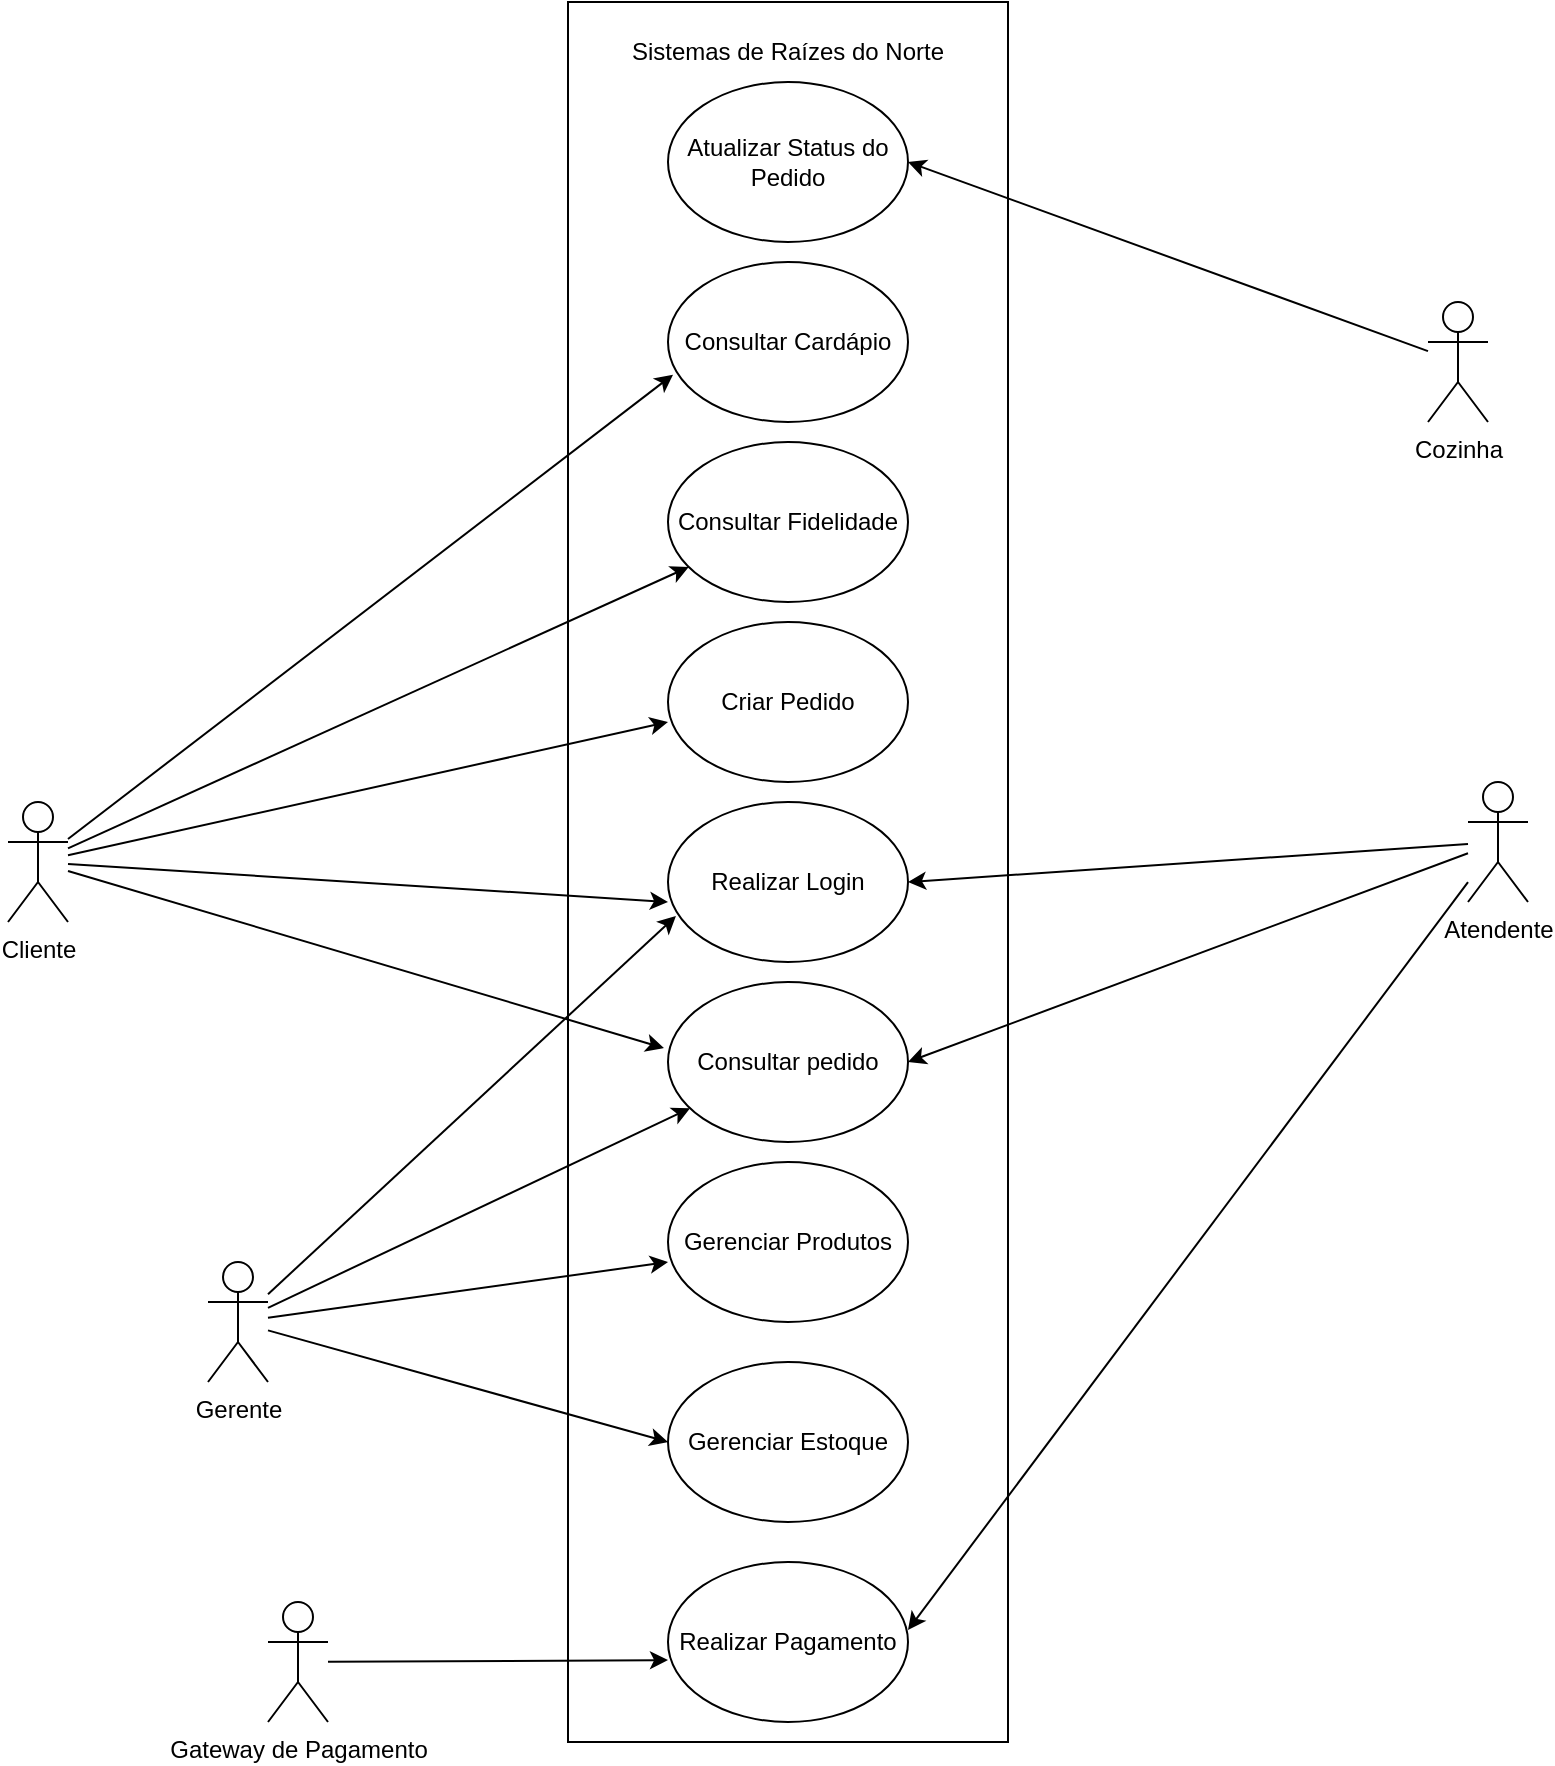
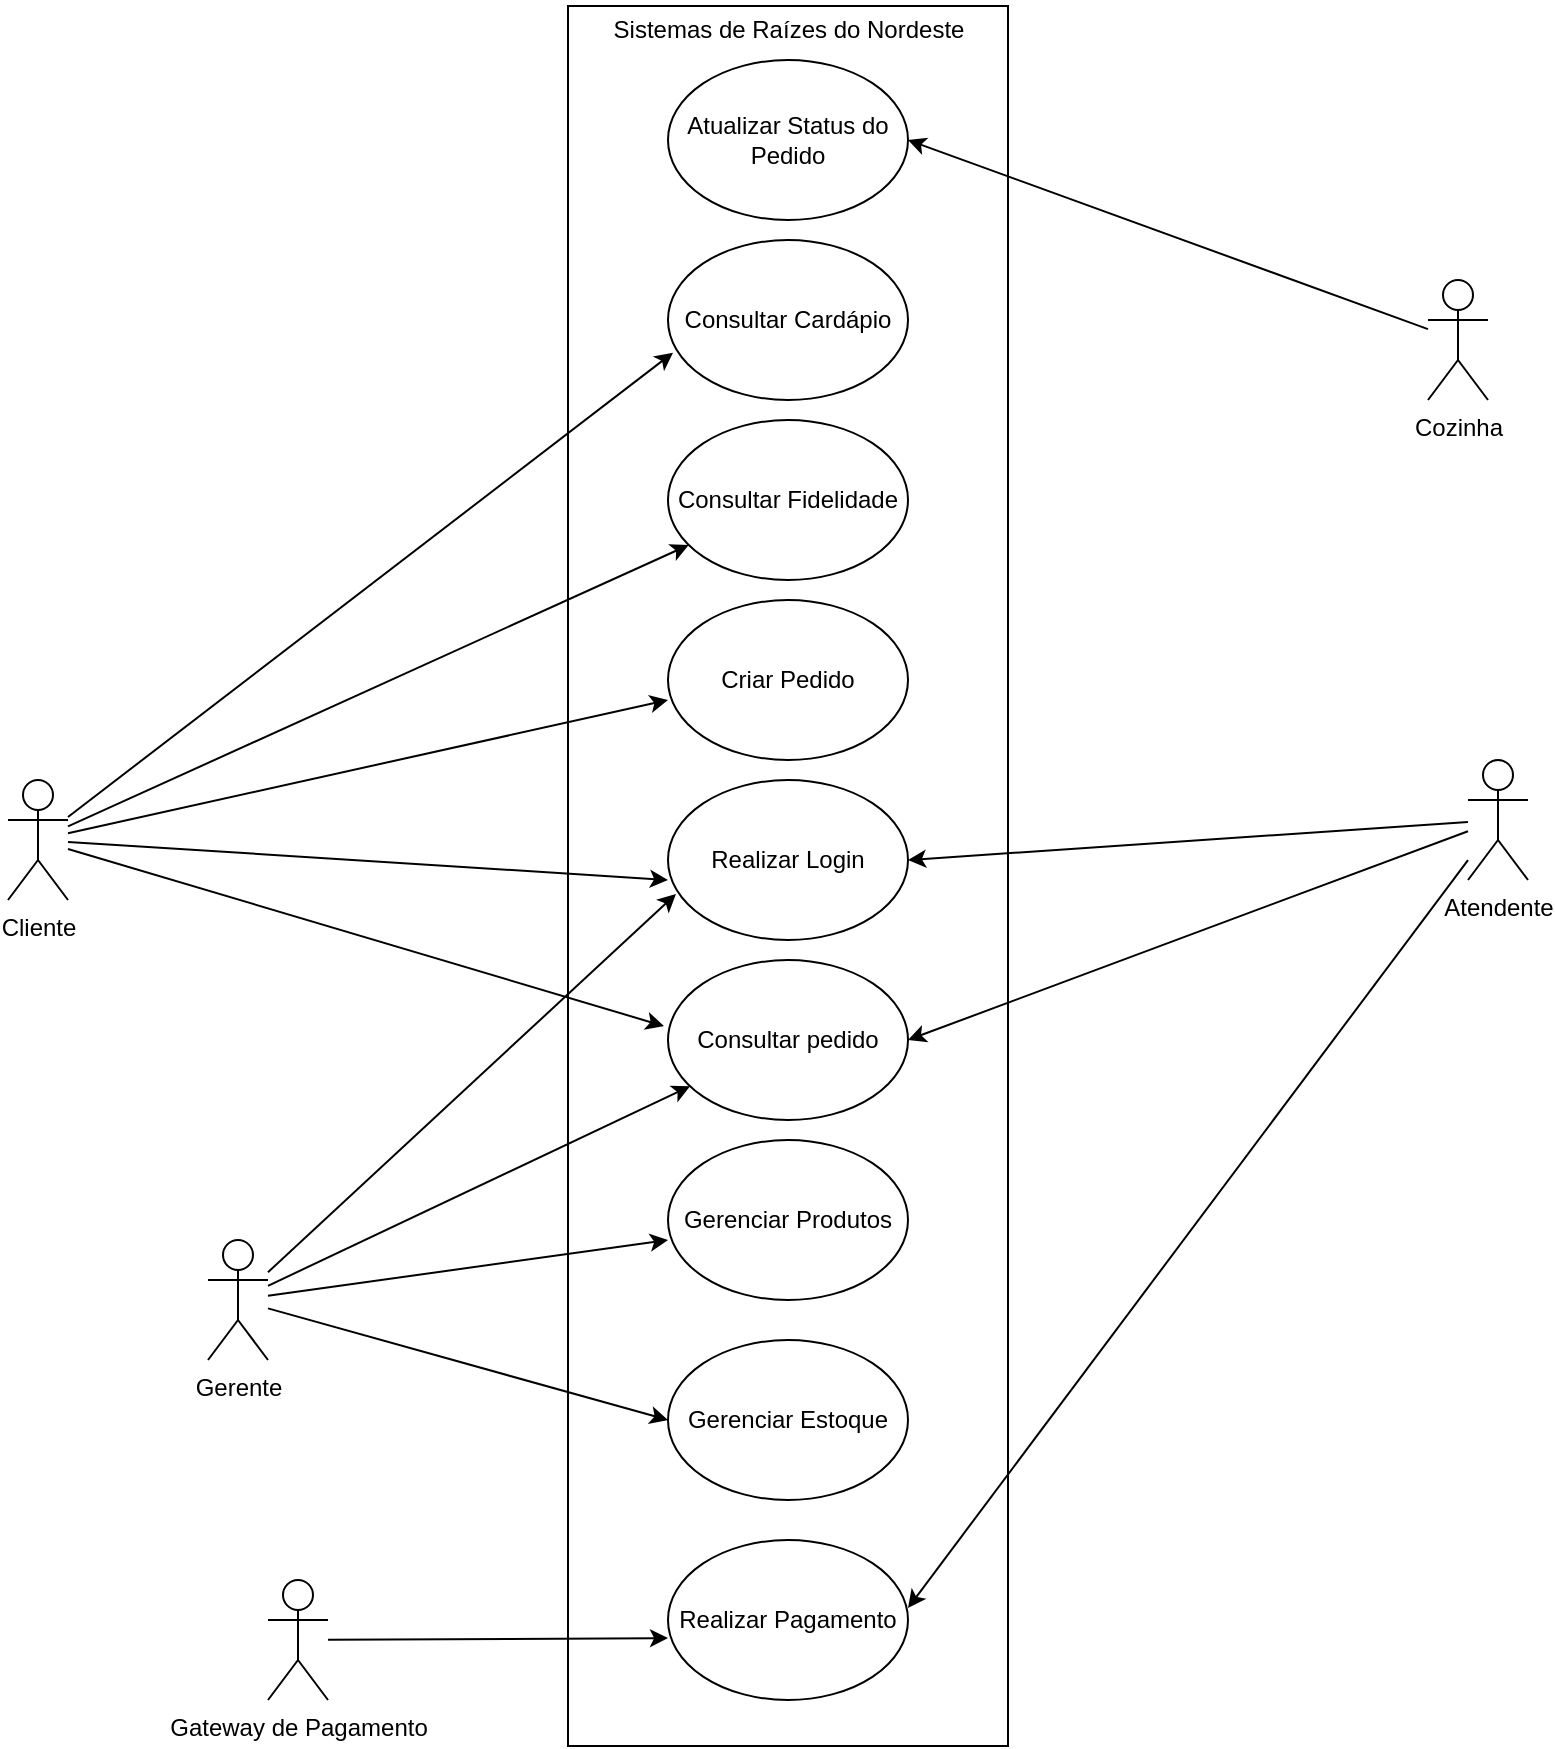
<mxfile host="app.diagrams.net">
-   <diagram name="Página-1" id="48oU1uILm48XRGTgMw3r">
-     <mxGraphModel dx="3423" dy="1975" grid="1" gridSize="10" guides="1" tooltips="1" connect="1" arrows="1" fold="1" page="1" pageScale="1" pageWidth="827" pageHeight="1169" math="0" shadow="0">
+   <diagram id="_4Zprv6gYUtVyUGV6uN4" name="Página-2">
+     <mxGraphModel dx="1956" dy="1081" grid="1" gridSize="10" guides="1" tooltips="1" connect="1" arrows="1" fold="1" page="1" pageScale="1" pageWidth="827" pageHeight="1169" math="0" shadow="0">
      <root>
        <mxCell id="0" />
        <mxCell id="1" parent="0" />
-         <mxCell id="A_rAG8zF1SrUx_MYRsKR-2" parent="1" style="shape=umlActor;verticalLabelPosition=bottom;verticalAlign=top;html=1;outlineConnect=0;" value="Cliente" vertex="1">
-           <mxGeometry height="60" width="30" x="30" y="520" as="geometry" />
+         <mxCell id="YouyUms5pkdNVP0Ta2wm-1" parent="1" style="shape=umlActor;verticalLabelPosition=bottom;verticalAlign=top;html=1;outlineConnect=0;" value="Cliente" vertex="1">
+           <mxGeometry height="60" width="30" x="332" y="957" as="geometry" />
        </mxCell>
-         <mxCell id="A_rAG8zF1SrUx_MYRsKR-3" parent="1" style="shape=umlActor;verticalLabelPosition=bottom;verticalAlign=top;html=1;outlineConnect=0;" value="Atendente" vertex="1">
-           <mxGeometry height="60" width="30" x="760" y="510" as="geometry" />
+         <mxCell id="YouyUms5pkdNVP0Ta2wm-2" parent="1" style="shape=umlActor;verticalLabelPosition=bottom;verticalAlign=top;html=1;outlineConnect=0;" value="Atendente" vertex="1">
+           <mxGeometry height="60" width="30" x="1062" y="947" as="geometry" />
        </mxCell>
-         <mxCell id="A_rAG8zF1SrUx_MYRsKR-8" parent="1" style="shape=umlActor;verticalLabelPosition=bottom;verticalAlign=top;html=1;outlineConnect=0;" value="Gerente" vertex="1">
-           <mxGeometry height="60" width="30" x="130" y="750" as="geometry" />
+         <mxCell id="YouyUms5pkdNVP0Ta2wm-3" parent="1" style="shape=umlActor;verticalLabelPosition=bottom;verticalAlign=top;html=1;outlineConnect=0;" value="Gerente" vertex="1">
+           <mxGeometry height="60" width="30" x="432" y="1187" as="geometry" />
        </mxCell>
-         <mxCell id="A_rAG8zF1SrUx_MYRsKR-11" parent="1" style="ellipse;whiteSpace=wrap;html=1;" value="Realizar Login" vertex="1">
-           <mxGeometry height="80" width="120" x="360" y="520" as="geometry" />
+         <mxCell id="YouyUms5pkdNVP0Ta2wm-4" parent="1" style="ellipse;whiteSpace=wrap;html=1;" value="Realizar Login" vertex="1">
+           <mxGeometry height="80" width="120" x="662" y="957" as="geometry" />
        </mxCell>
-         <mxCell id="A_rAG8zF1SrUx_MYRsKR-13" parent="1" style="ellipse;whiteSpace=wrap;html=1;" value="Consultar pedido" vertex="1">
-           <mxGeometry height="80" width="120" x="360" y="610" as="geometry" />
+         <mxCell id="YouyUms5pkdNVP0Ta2wm-5" parent="1" style="ellipse;whiteSpace=wrap;html=1;" value="Consultar pedido" vertex="1">
+           <mxGeometry height="80" width="120" x="662" y="1047" as="geometry" />
        </mxCell>
-         <mxCell id="A_rAG8zF1SrUx_MYRsKR-14" parent="1" style="ellipse;whiteSpace=wrap;html=1;" value="Criar Pedido" vertex="1">
-           <mxGeometry height="80" width="120" x="360" y="430" as="geometry" />
+         <mxCell id="YouyUms5pkdNVP0Ta2wm-6" parent="1" style="ellipse;whiteSpace=wrap;html=1;" value="Criar Pedido" vertex="1">
+           <mxGeometry height="80" width="120" x="662" y="867" as="geometry" />
        </mxCell>
-         <mxCell id="A_rAG8zF1SrUx_MYRsKR-15" parent="1" style="ellipse;whiteSpace=wrap;html=1;" value="Realizar Pagamento" vertex="1">
-           <mxGeometry height="80" width="120" x="360" y="900" as="geometry" />
+         <mxCell id="YouyUms5pkdNVP0Ta2wm-7" parent="1" style="ellipse;whiteSpace=wrap;html=1;" value="Realizar Pagamento" vertex="1">
+           <mxGeometry height="80" width="120" x="662" y="1337" as="geometry" />
        </mxCell>
-         <mxCell id="A_rAG8zF1SrUx_MYRsKR-17" parent="1" style="ellipse;whiteSpace=wrap;html=1;" value="Atualizar Status do Pedido" vertex="1">
-           <mxGeometry height="80" width="120" x="360" y="160" as="geometry" />
+         <mxCell id="YouyUms5pkdNVP0Ta2wm-8" parent="1" style="ellipse;whiteSpace=wrap;html=1;" value="Atualizar Status do Pedido" vertex="1">
+           <mxGeometry height="80" width="120" x="662" y="597" as="geometry" />
        </mxCell>
-         <mxCell id="A_rAG8zF1SrUx_MYRsKR-18" parent="1" style="ellipse;whiteSpace=wrap;html=1;" value="Gerenciar Estoque" vertex="1">
-           <mxGeometry height="80" width="120" x="360" y="800" as="geometry" />
+         <mxCell id="YouyUms5pkdNVP0Ta2wm-9" parent="1" style="ellipse;whiteSpace=wrap;html=1;" value="Gerenciar Estoque" vertex="1">
+           <mxGeometry height="80" width="120" x="662" y="1237" as="geometry" />
        </mxCell>
-         <mxCell id="A_rAG8zF1SrUx_MYRsKR-20" parent="1" style="ellipse;whiteSpace=wrap;html=1;" value="Consultar Fidelidade" vertex="1">
-           <mxGeometry height="80" width="120" x="360" y="340" as="geometry" />
+         <mxCell id="YouyUms5pkdNVP0Ta2wm-10" parent="1" style="ellipse;whiteSpace=wrap;html=1;" value="Consultar Fidelidade" vertex="1">
+           <mxGeometry height="80" width="120" x="662" y="777" as="geometry" />
        </mxCell>
-         <mxCell id="A_rAG8zF1SrUx_MYRsKR-35" parent="1" style="shape=umlActor;verticalLabelPosition=bottom;verticalAlign=top;html=1;outlineConnect=0;" value="Cozinha" vertex="1">
-           <mxGeometry height="60" width="30" x="740" y="270" as="geometry" />
+         <mxCell id="YouyUms5pkdNVP0Ta2wm-11" parent="1" style="shape=umlActor;verticalLabelPosition=bottom;verticalAlign=top;html=1;outlineConnect=0;" value="Cozinha" vertex="1">
+           <mxGeometry height="60" width="30" x="1042" y="707" as="geometry" />
        </mxCell>
-         <mxCell id="A_rAG8zF1SrUx_MYRsKR-38" parent="1" style="shape=umlActor;verticalLabelPosition=bottom;verticalAlign=top;html=1;outlineConnect=0;" value="Gateway de Pagamento" vertex="1">
-           <mxGeometry height="60" width="30" x="160" y="920" as="geometry" />
+         <mxCell id="YouyUms5pkdNVP0Ta2wm-12" parent="1" style="shape=umlActor;verticalLabelPosition=bottom;verticalAlign=top;html=1;outlineConnect=0;" value="Gateway de Pagamento" vertex="1">
+           <mxGeometry height="60" width="30" x="462" y="1357" as="geometry" />
        </mxCell>
-         <mxCell id="A_rAG8zF1SrUx_MYRsKR-45" parent="1" style="ellipse;whiteSpace=wrap;html=1;" value="Gerenciar Produtos" vertex="1">
-           <mxGeometry height="80" width="120" x="360" y="700" as="geometry" />
+         <mxCell id="YouyUms5pkdNVP0Ta2wm-13" parent="1" style="ellipse;whiteSpace=wrap;html=1;" value="Gerenciar Produtos" vertex="1">
+           <mxGeometry height="80" width="120" x="662" y="1137" as="geometry" />
        </mxCell>
-         <mxCell id="A_rAG8zF1SrUx_MYRsKR-59" edge="1" parent="1" source="A_rAG8zF1SrUx_MYRsKR-2" style="endArrow=classic;html=1;rounded=0;entryX=0;entryY=0.625;entryDx=0;entryDy=0;entryPerimeter=0;" target="A_rAG8zF1SrUx_MYRsKR-11" value="">
+         <mxCell id="YouyUms5pkdNVP0Ta2wm-14" edge="1" parent="1" source="YouyUms5pkdNVP0Ta2wm-1" style="endArrow=classic;html=1;rounded=0;entryX=0;entryY=0.625;entryDx=0;entryDy=0;entryPerimeter=0;" target="YouyUms5pkdNVP0Ta2wm-4" value="">
          <mxGeometry height="50" relative="1" width="50" as="geometry">
-             <mxPoint x="240" y="580" as="sourcePoint" />
-             <mxPoint x="290" y="530" as="targetPoint" />
+             <mxPoint x="542" y="1017" as="sourcePoint" />
+             <mxPoint x="592" y="967" as="targetPoint" />
          </mxGeometry>
        </mxCell>
-         <mxCell id="A_rAG8zF1SrUx_MYRsKR-60" edge="1" parent="1" source="A_rAG8zF1SrUx_MYRsKR-3" style="endArrow=classic;html=1;rounded=0;entryX=1;entryY=0.5;entryDx=0;entryDy=0;" target="A_rAG8zF1SrUx_MYRsKR-11" value="">
+         <mxCell id="YouyUms5pkdNVP0Ta2wm-15" edge="1" parent="1" source="YouyUms5pkdNVP0Ta2wm-2" style="endArrow=classic;html=1;rounded=0;entryX=1;entryY=0.5;entryDx=0;entryDy=0;" target="YouyUms5pkdNVP0Ta2wm-4" value="">
          <mxGeometry height="50" relative="1" width="50" as="geometry">
-             <mxPoint x="680" y="570" as="sourcePoint" />
-             <mxPoint x="720" y="510" as="targetPoint" />
+             <mxPoint x="982" y="1007" as="sourcePoint" />
+             <mxPoint x="1022" y="947" as="targetPoint" />
          </mxGeometry>
        </mxCell>
-         <mxCell id="A_rAG8zF1SrUx_MYRsKR-62" edge="1" parent="1" source="A_rAG8zF1SrUx_MYRsKR-2" style="endArrow=classic;html=1;rounded=0;entryX=-0.017;entryY=0.413;entryDx=0;entryDy=0;entryPerimeter=0;" target="A_rAG8zF1SrUx_MYRsKR-13" value="">
+         <mxCell id="YouyUms5pkdNVP0Ta2wm-16" edge="1" parent="1" source="YouyUms5pkdNVP0Ta2wm-1" style="endArrow=classic;html=1;rounded=0;entryX=-0.017;entryY=0.413;entryDx=0;entryDy=0;entryPerimeter=0;" target="YouyUms5pkdNVP0Ta2wm-5" value="">
          <mxGeometry height="50" relative="1" width="50" as="geometry">
-             <mxPoint x="230" y="690" as="sourcePoint" />
-             <mxPoint x="280" y="640" as="targetPoint" />
+             <mxPoint x="532" y="1127" as="sourcePoint" />
+             <mxPoint x="582" y="1077" as="targetPoint" />
          </mxGeometry>
        </mxCell>
-         <mxCell id="A_rAG8zF1SrUx_MYRsKR-63" edge="1" parent="1" source="A_rAG8zF1SrUx_MYRsKR-3" style="endArrow=classic;html=1;rounded=0;entryX=1;entryY=0.5;entryDx=0;entryDy=0;" target="A_rAG8zF1SrUx_MYRsKR-13" value="">
+         <mxCell id="YouyUms5pkdNVP0Ta2wm-17" edge="1" parent="1" source="YouyUms5pkdNVP0Ta2wm-2" style="endArrow=classic;html=1;rounded=0;entryX=1;entryY=0.5;entryDx=0;entryDy=0;" target="YouyUms5pkdNVP0Ta2wm-5" value="">
          <mxGeometry height="50" relative="1" width="50" as="geometry">
-             <mxPoint x="640" y="660" as="sourcePoint" />
-             <mxPoint x="690" y="610" as="targetPoint" />
+             <mxPoint x="942" y="1097" as="sourcePoint" />
+             <mxPoint x="992" y="1047" as="targetPoint" />
          </mxGeometry>
        </mxCell>
-         <mxCell id="A_rAG8zF1SrUx_MYRsKR-64" edge="1" parent="1" source="A_rAG8zF1SrUx_MYRsKR-2" style="endArrow=classic;html=1;rounded=0;entryX=0;entryY=0.625;entryDx=0;entryDy=0;entryPerimeter=0;" target="A_rAG8zF1SrUx_MYRsKR-14" value="">
+         <mxCell id="YouyUms5pkdNVP0Ta2wm-18" edge="1" parent="1" source="YouyUms5pkdNVP0Ta2wm-1" style="endArrow=classic;html=1;rounded=0;entryX=0;entryY=0.625;entryDx=0;entryDy=0;entryPerimeter=0;" target="YouyUms5pkdNVP0Ta2wm-6" value="">
          <mxGeometry height="50" relative="1" width="50" as="geometry">
-             <mxPoint x="190" y="510" as="sourcePoint" />
-             <mxPoint x="240" y="460" as="targetPoint" />
+             <mxPoint x="492" y="947" as="sourcePoint" />
+             <mxPoint x="542" y="897" as="targetPoint" />
          </mxGeometry>
        </mxCell>
-         <mxCell id="A_rAG8zF1SrUx_MYRsKR-65" edge="1" parent="1" source="A_rAG8zF1SrUx_MYRsKR-2" style="endArrow=classic;html=1;rounded=0;" target="A_rAG8zF1SrUx_MYRsKR-20" value="">
+         <mxCell id="YouyUms5pkdNVP0Ta2wm-19" edge="1" parent="1" source="YouyUms5pkdNVP0Ta2wm-1" style="endArrow=classic;html=1;rounded=0;" target="YouyUms5pkdNVP0Ta2wm-10" value="">
          <mxGeometry height="50" relative="1" width="50" as="geometry">
-             <mxPoint x="140" y="560" as="sourcePoint" />
-             <mxPoint x="80" y="480" as="targetPoint" />
+             <mxPoint x="442" y="997" as="sourcePoint" />
+             <mxPoint x="382" y="917" as="targetPoint" />
          </mxGeometry>
        </mxCell>
-         <mxCell id="A_rAG8zF1SrUx_MYRsKR-66" edge="1" parent="1" source="A_rAG8zF1SrUx_MYRsKR-3" style="endArrow=classic;html=1;rounded=0;entryX=1;entryY=0.425;entryDx=0;entryDy=0;entryPerimeter=0;" target="A_rAG8zF1SrUx_MYRsKR-15" value="">
+         <mxCell id="YouyUms5pkdNVP0Ta2wm-20" edge="1" parent="1" source="YouyUms5pkdNVP0Ta2wm-2" style="endArrow=classic;html=1;rounded=0;entryX=1;entryY=0.425;entryDx=0;entryDy=0;entryPerimeter=0;" target="YouyUms5pkdNVP0Ta2wm-7" value="">
          <mxGeometry height="50" relative="1" width="50" as="geometry">
-             <mxPoint x="620" y="690" as="sourcePoint" />
-             <mxPoint x="670" y="640" as="targetPoint" />
+             <mxPoint x="922" y="1127" as="sourcePoint" />
+             <mxPoint x="972" y="1077" as="targetPoint" />
          </mxGeometry>
        </mxCell>
-         <mxCell id="A_rAG8zF1SrUx_MYRsKR-68" edge="1" parent="1" source="A_rAG8zF1SrUx_MYRsKR-38" style="endArrow=classic;html=1;rounded=0;entryX=0;entryY=0.613;entryDx=0;entryDy=0;entryPerimeter=0;" target="A_rAG8zF1SrUx_MYRsKR-15" value="">
+         <mxCell id="YouyUms5pkdNVP0Ta2wm-21" edge="1" parent="1" source="YouyUms5pkdNVP0Ta2wm-12" style="endArrow=classic;html=1;rounded=0;entryX=0;entryY=0.613;entryDx=0;entryDy=0;entryPerimeter=0;" target="YouyUms5pkdNVP0Ta2wm-7" value="">
          <mxGeometry height="50" relative="1" width="50" as="geometry">
-             <mxPoint x="180" y="760" as="sourcePoint" />
-             <mxPoint x="230" y="710" as="targetPoint" />
+             <mxPoint x="482" y="1197" as="sourcePoint" />
+             <mxPoint x="532" y="1147" as="targetPoint" />
          </mxGeometry>
        </mxCell>
-         <mxCell id="A_rAG8zF1SrUx_MYRsKR-69" edge="1" parent="1" source="A_rAG8zF1SrUx_MYRsKR-8" style="endArrow=classic;html=1;rounded=0;entryX=0;entryY=0.625;entryDx=0;entryDy=0;entryPerimeter=0;" target="A_rAG8zF1SrUx_MYRsKR-45" value="">
+         <mxCell id="YouyUms5pkdNVP0Ta2wm-22" edge="1" parent="1" source="YouyUms5pkdNVP0Ta2wm-3" style="endArrow=classic;html=1;rounded=0;entryX=0;entryY=0.625;entryDx=0;entryDy=0;entryPerimeter=0;" target="YouyUms5pkdNVP0Ta2wm-13" value="">
          <mxGeometry height="50" relative="1" width="50" as="geometry">
-             <mxPoint x="190" y="1060" as="sourcePoint" />
-             <mxPoint x="240" y="1010" as="targetPoint" />
+             <mxPoint x="492" y="1497" as="sourcePoint" />
+             <mxPoint x="542" y="1447" as="targetPoint" />
          </mxGeometry>
        </mxCell>
-         <mxCell id="A_rAG8zF1SrUx_MYRsKR-70" edge="1" parent="1" source="A_rAG8zF1SrUx_MYRsKR-8" style="endArrow=classic;html=1;rounded=0;entryX=0;entryY=0.5;entryDx=0;entryDy=0;" target="A_rAG8zF1SrUx_MYRsKR-18" value="">
+         <mxCell id="YouyUms5pkdNVP0Ta2wm-23" edge="1" parent="1" source="YouyUms5pkdNVP0Ta2wm-3" style="endArrow=classic;html=1;rounded=0;entryX=0;entryY=0.5;entryDx=0;entryDy=0;" target="YouyUms5pkdNVP0Ta2wm-9" value="">
          <mxGeometry height="50" relative="1" width="50" as="geometry">
-             <mxPoint x="210" y="970" as="sourcePoint" />
-             <mxPoint x="260" y="920" as="targetPoint" />
+             <mxPoint x="512" y="1407" as="sourcePoint" />
+             <mxPoint x="562" y="1357" as="targetPoint" />
          </mxGeometry>
        </mxCell>
-         <mxCell id="A_rAG8zF1SrUx_MYRsKR-71" edge="1" parent="1" source="A_rAG8zF1SrUx_MYRsKR-35" style="endArrow=classic;html=1;rounded=0;entryX=1;entryY=0.5;entryDx=0;entryDy=0;" target="A_rAG8zF1SrUx_MYRsKR-17" value="">
+         <mxCell id="YouyUms5pkdNVP0Ta2wm-24" edge="1" parent="1" source="YouyUms5pkdNVP0Ta2wm-11" style="endArrow=classic;html=1;rounded=0;entryX=1;entryY=0.5;entryDx=0;entryDy=0;" target="YouyUms5pkdNVP0Ta2wm-8" value="">
          <mxGeometry height="50" relative="1" width="50" as="geometry">
-             <mxPoint x="530" y="450" as="sourcePoint" />
-             <mxPoint x="580" y="400" as="targetPoint" />
+             <mxPoint x="832" y="887" as="sourcePoint" />
+             <mxPoint x="882" y="837" as="targetPoint" />
          </mxGeometry>
        </mxCell>
-         <mxCell id="A_rAG8zF1SrUx_MYRsKR-73" parent="1" style="text;html=1;whiteSpace=wrap;strokeColor=none;fillColor=none;align=center;verticalAlign=middle;rounded=0;" value="Sistemas de Raízes do Norte" vertex="1">
-           <mxGeometry height="30" width="170" x="335" y="130" as="geometry" />
+         <mxCell id="YouyUms5pkdNVP0Ta2wm-25" parent="1" style="text;html=1;whiteSpace=wrap;strokeColor=none;fillColor=none;align=center;verticalAlign=middle;rounded=0;" value="Sistemas de Raízes do Nordeste" vertex="1">
+           <mxGeometry height="30" width="187" x="628.5" y="567" as="geometry" />
        </mxCell>
-         <mxCell id="A_rAG8zF1SrUx_MYRsKR-75" edge="1" parent="1" source="A_rAG8zF1SrUx_MYRsKR-8" style="endArrow=classic;html=1;rounded=0;entryX=0.033;entryY=0.713;entryDx=0;entryDy=0;entryPerimeter=0;" target="A_rAG8zF1SrUx_MYRsKR-11" value="">
+         <mxCell id="YouyUms5pkdNVP0Ta2wm-26" edge="1" parent="1" source="YouyUms5pkdNVP0Ta2wm-3" style="endArrow=classic;html=1;rounded=0;entryX=0.033;entryY=0.713;entryDx=0;entryDy=0;entryPerimeter=0;" target="YouyUms5pkdNVP0Ta2wm-4" value="">
          <mxGeometry height="50" relative="1" width="50" as="geometry">
-             <mxPoint x="170" y="740" as="sourcePoint" />
-             <mxPoint x="240" y="710" as="targetPoint" />
+             <mxPoint x="472" y="1177" as="sourcePoint" />
+             <mxPoint x="542" y="1147" as="targetPoint" />
          </mxGeometry>
        </mxCell>
-         <mxCell id="A_rAG8zF1SrUx_MYRsKR-76" edge="1" parent="1" source="A_rAG8zF1SrUx_MYRsKR-8" style="endArrow=classic;html=1;rounded=0;" target="A_rAG8zF1SrUx_MYRsKR-13" value="">
+         <mxCell id="YouyUms5pkdNVP0Ta2wm-27" edge="1" parent="1" source="YouyUms5pkdNVP0Ta2wm-3" style="endArrow=classic;html=1;rounded=0;" target="YouyUms5pkdNVP0Ta2wm-5" value="">
          <mxGeometry height="50" relative="1" width="50" as="geometry">
-             <mxPoint x="280" y="750" as="sourcePoint" />
-             <mxPoint x="330" y="700" as="targetPoint" />
+             <mxPoint x="582" y="1187" as="sourcePoint" />
+             <mxPoint x="632" y="1137" as="targetPoint" />
          </mxGeometry>
        </mxCell>
-         <mxCell id="A_rAG8zF1SrUx_MYRsKR-78" parent="1" style="ellipse;whiteSpace=wrap;html=1;" value="Consultar Cardápio" vertex="1">
-           <mxGeometry height="80" width="120" x="360" y="250" as="geometry" />
+         <mxCell id="YouyUms5pkdNVP0Ta2wm-28" parent="1" style="ellipse;whiteSpace=wrap;html=1;" value="Consultar Cardápio" vertex="1">
+           <mxGeometry height="80" width="120" x="662" y="687" as="geometry" />
        </mxCell>
-         <mxCell id="A_rAG8zF1SrUx_MYRsKR-79" edge="1" parent="1" source="A_rAG8zF1SrUx_MYRsKR-2" style="endArrow=classic;html=1;rounded=0;entryX=0.021;entryY=0.704;entryDx=0;entryDy=0;entryPerimeter=0;" target="A_rAG8zF1SrUx_MYRsKR-78" value="">
+         <mxCell id="YouyUms5pkdNVP0Ta2wm-29" edge="1" parent="1" source="YouyUms5pkdNVP0Ta2wm-1" style="endArrow=classic;html=1;rounded=0;entryX=0.021;entryY=0.704;entryDx=0;entryDy=0;entryPerimeter=0;" target="YouyUms5pkdNVP0Ta2wm-28" value="">
          <mxGeometry height="50" relative="1" width="50" as="geometry">
-             <mxPoint x="70" y="520" as="sourcePoint" />
-             <mxPoint x="170" y="330" as="targetPoint" />
+             <mxPoint x="372" y="957" as="sourcePoint" />
+             <mxPoint x="472" y="767" as="targetPoint" />
          </mxGeometry>
        </mxCell>
-         <mxCell id="A_rAG8zF1SrUx_MYRsKR-81" parent="1" style="rounded=0;whiteSpace=wrap;html=1;fillColor=none;" value="" vertex="1">
-           <mxGeometry height="870" width="220" x="310" y="120" as="geometry" />
+         <mxCell id="YouyUms5pkdNVP0Ta2wm-30" parent="1" style="rounded=0;whiteSpace=wrap;html=1;fillColor=none;" value="" vertex="1">
+           <mxGeometry height="870" width="220" x="612" y="570" as="geometry" />
        </mxCell>
      </root>
    </mxGraphModel>
  </diagram>
</mxfile>
